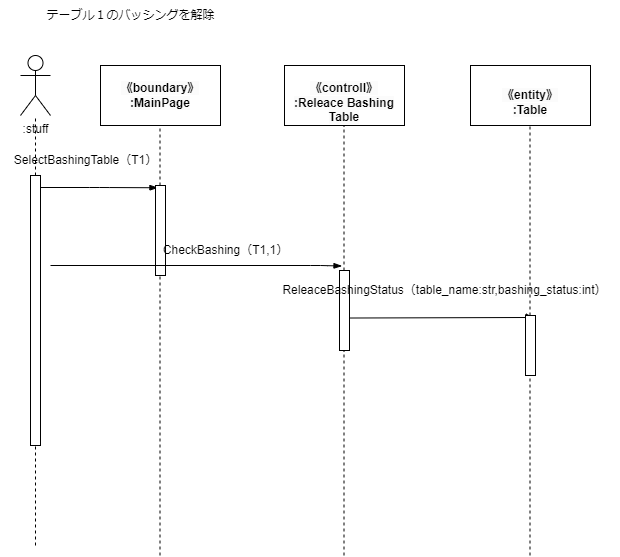
This is psp4/シーケンス図/シーケンス図_バッシング.drawio.png from MasakiHiguchi/---, a draw.io export, as it was before one commit. Source tidied: cells renumbered, new cells last; positions are measured from the earlier drawing's top-left corner, leaving out a move shared by most shapes. Source of this version:
```xml
<mxGraphModel>
  <root>
    <mxCell id="0" />
    <mxCell id="1" parent="0" />
    <mxCell id="2" value=":stuff" style="shape=umlActor;verticalLabelPosition=bottom;verticalAlign=top;html=1;outlineConnect=0;" parent="1" vertex="1">
      <mxGeometry x="20" y="55" width="30" height="60" as="geometry" />
    </mxCell>
    <mxCell id="3" value="&lt;span style=&quot;color: rgb(0, 0, 0); font-family: Helvetica; font-size: 12px; font-style: normal; font-variant-ligatures: normal; font-variant-caps: normal; font-weight: 700; letter-spacing: normal; orphans: 2; text-align: center; text-indent: 0px; text-transform: none; widows: 2; word-spacing: 0px; -webkit-text-stroke-width: 0px; background-color: rgb(251, 251, 251); text-decoration-thickness: initial; text-decoration-style: initial; text-decoration-color: initial; float: none; display: inline !important;&quot;&gt;《boundary》&lt;/span&gt;&lt;br style=&quot;border-color: var(--border-color); color: rgb(0, 0, 0); font-family: Helvetica; font-size: 12px; font-style: normal; font-variant-ligatures: normal; font-variant-caps: normal; font-weight: 700; letter-spacing: normal; orphans: 2; text-align: center; text-indent: 0px; text-transform: none; widows: 2; word-spacing: 0px; -webkit-text-stroke-width: 0px; background-color: rgb(251, 251, 251); text-decoration-thickness: initial; text-decoration-style: initial; text-decoration-color: initial;&quot;&gt;&lt;span style=&quot;color: rgb(0, 0, 0); font-family: Helvetica; font-size: 12px; font-style: normal; font-variant-ligatures: normal; font-variant-caps: normal; font-weight: 700; letter-spacing: normal; orphans: 2; text-align: center; text-indent: 0px; text-transform: none; widows: 2; word-spacing: 0px; -webkit-text-stroke-width: 0px; background-color: rgb(251, 251, 251); text-decoration-thickness: initial; text-decoration-style: initial; text-decoration-color: initial; float: none; display: inline !important;&quot;&gt;:MainPage&lt;/span&gt;" style="rounded=0;whiteSpace=wrap;html=1;" parent="1" vertex="1">
      <mxGeometry x="100" y="65" width="120" height="60" as="geometry" />
    </mxCell>
    <mxCell id="4" value="&lt;br&gt;&lt;span style=&quot;color: rgb(0, 0, 0); font-family: Helvetica; font-size: 12px; font-style: normal; font-variant-ligatures: normal; font-variant-caps: normal; font-weight: 700; letter-spacing: normal; orphans: 2; text-align: center; text-indent: 0px; text-transform: none; widows: 2; word-spacing: 0px; -webkit-text-stroke-width: 0px; background-color: rgb(251, 251, 251); text-decoration-thickness: initial; text-decoration-style: initial; text-decoration-color: initial; float: none; display: inline !important;&quot;&gt;《controll》&lt;/span&gt;&lt;br style=&quot;border-color: var(--border-color); color: rgb(0, 0, 0); font-family: Helvetica; font-size: 12px; font-style: normal; font-variant-ligatures: normal; font-variant-caps: normal; font-weight: 700; letter-spacing: normal; orphans: 2; text-align: center; text-indent: 0px; text-transform: none; widows: 2; word-spacing: 0px; -webkit-text-stroke-width: 0px; background-color: rgb(251, 251, 251); text-decoration-thickness: initial; text-decoration-style: initial; text-decoration-color: initial;&quot;&gt;&lt;span style=&quot;color: rgb(0, 0, 0); font-family: Helvetica; font-size: 12px; font-style: normal; font-variant-ligatures: normal; font-variant-caps: normal; font-weight: 700; letter-spacing: normal; orphans: 2; text-align: center; text-indent: 0px; text-transform: none; widows: 2; word-spacing: 0px; -webkit-text-stroke-width: 0px; background-color: rgb(251, 251, 251); text-decoration-thickness: initial; text-decoration-style: initial; text-decoration-color: initial; float: none; display: inline !important;&quot;&gt;:Releace Bashing Table&lt;/span&gt;" style="rounded=0;whiteSpace=wrap;html=1;" parent="1" vertex="1">
      <mxGeometry x="284" y="65" width="120" height="60" as="geometry" />
    </mxCell>
    <mxCell id="5" value="&lt;br&gt;&lt;span style=&quot;color: rgb(0, 0, 0); font-family: Helvetica; font-size: 12px; font-style: normal; font-variant-ligatures: normal; font-variant-caps: normal; font-weight: 700; letter-spacing: normal; orphans: 2; text-align: center; text-indent: 0px; text-transform: none; widows: 2; word-spacing: 0px; -webkit-text-stroke-width: 0px; background-color: rgb(251, 251, 251); text-decoration-thickness: initial; text-decoration-style: initial; text-decoration-color: initial; float: none; display: inline !important;&quot;&gt;《entity》&lt;/span&gt;&lt;br style=&quot;border-color: var(--border-color); color: rgb(0, 0, 0); font-family: Helvetica; font-size: 12px; font-style: normal; font-variant-ligatures: normal; font-variant-caps: normal; font-weight: 700; letter-spacing: normal; orphans: 2; text-align: center; text-indent: 0px; text-transform: none; widows: 2; word-spacing: 0px; -webkit-text-stroke-width: 0px; background-color: rgb(251, 251, 251); text-decoration-thickness: initial; text-decoration-style: initial; text-decoration-color: initial;&quot;&gt;&lt;span style=&quot;color: rgb(0, 0, 0); font-family: Helvetica; font-size: 12px; font-style: normal; font-variant-ligatures: normal; font-variant-caps: normal; font-weight: 700; letter-spacing: normal; orphans: 2; text-align: center; text-indent: 0px; text-transform: none; widows: 2; word-spacing: 0px; -webkit-text-stroke-width: 0px; background-color: rgb(251, 251, 251); text-decoration-thickness: initial; text-decoration-style: initial; text-decoration-color: initial; float: none; display: inline !important;&quot;&gt;:Table&lt;/span&gt;" style="rounded=0;whiteSpace=wrap;html=1;" parent="1" vertex="1">
      <mxGeometry x="470" y="65" width="120" height="60" as="geometry" />
    </mxCell>
    <mxCell id="6" style="endArrow=none;dashed=1;html=1;startArrow=none;" parent="1" edge="1" source="11" target="2">
      <mxGeometry relative="1" as="geometry" />
    </mxCell>
    <mxCell id="7" style="endArrow=none;dashed=1;html=1;startArrow=none;" parent="1" edge="1" source="15">
      <mxGeometry relative="1" as="geometry">
        <mxPoint x="159.5" y="125" as="targetPoint" />
      </mxGeometry>
    </mxCell>
    <mxCell id="8" style="endArrow=none;dashed=1;html=1;startArrow=none;" parent="1" edge="1" source="22">
      <mxGeometry relative="1" as="geometry">
        <mxPoint x="529.5" y="125" as="targetPoint" />
      </mxGeometry>
    </mxCell>
    <mxCell id="9" style="endArrow=none;dashed=1;html=1;startArrow=none;" parent="1" edge="1" source="18">
      <mxGeometry relative="1" as="geometry">
        <mxPoint x="343.5" y="125" as="targetPoint" />
      </mxGeometry>
    </mxCell>
    <mxCell id="10" style="endArrow=none;dashed=1;html=1;" parent="1" edge="1" target="11">
      <mxGeometry relative="1" as="geometry">
        <mxPoint x="35" y="545" as="sourcePoint" />
      </mxGeometry>
    </mxCell>
    <mxCell id="11" style="html=1;points=[];perimeter=orthogonalPerimeter;" parent="1" vertex="1">
      <mxGeometry x="30" y="175" width="10" height="270" as="geometry" />
    </mxCell>
    <mxCell id="12" style="edgeStyle=elbowEdgeStyle;fontSize=12;html=1;endArrow=blockThin;endFill=1;entryX=0.245;entryY=0.025;entryDx=0;entryDy=0;entryPerimeter=0;" parent="1" edge="1" target="15">
      <mxGeometry relative="1" as="geometry">
        <mxPoint x="40" y="187" as="sourcePoint" />
      </mxGeometry>
    </mxCell>
    <mxCell id="13" value="&lt;span style=&quot;text-align: left;&quot;&gt;SelectBashingTable（T1）&lt;/span&gt;" style="text;html=1;align=center;verticalAlign=middle;strokeColor=none;fillColor=none;" parent="1" vertex="1">
      <mxGeometry y="145" width="170" height="30" as="geometry" />
    </mxCell>
    <mxCell id="14" style="endArrow=none;dashed=1;html=1;" parent="1" edge="1" target="15">
      <mxGeometry relative="1" as="geometry">
        <mxPoint x="159.5" y="555" as="sourcePoint" />
      </mxGeometry>
    </mxCell>
    <mxCell id="15" style="html=1;points=[];perimeter=orthogonalPerimeter;" parent="1" vertex="1">
      <mxGeometry x="155" y="185" width="10" height="90" as="geometry" />
    </mxCell>
    <mxCell id="16" style="endArrow=none;dashed=1;html=1;" parent="1" edge="1" target="18">
      <mxGeometry relative="1" as="geometry">
        <mxPoint x="343.5" y="555" as="sourcePoint" />
      </mxGeometry>
    </mxCell>
    <mxCell id="17" style="edgeStyle=none;html=1;exitX=0.95;exitY=0.594;exitDx=0;exitDy=0;exitPerimeter=0;entryX=0.85;entryY=0.033;entryDx=0;entryDy=0;entryPerimeter=0;" parent="1" edge="1" source="18" target="22">
      <mxGeometry relative="1" as="geometry" />
    </mxCell>
    <mxCell id="18" style="html=1;points=[];perimeter=orthogonalPerimeter;" parent="1" vertex="1">
      <mxGeometry x="339" y="270" width="10" height="80" as="geometry" />
    </mxCell>
    <mxCell id="19" style="edgeStyle=elbowEdgeStyle;fontSize=12;html=1;endArrow=blockThin;endFill=1;entryX=0.25;entryY=-0.056;entryDx=0;entryDy=0;entryPerimeter=0;" parent="1" edge="1" target="18">
      <mxGeometry relative="1" as="geometry">
        <mxPoint x="50" y="265" as="sourcePoint" />
        <Array as="points">
          <mxPoint x="320" y="295" />
        </Array>
      </mxGeometry>
    </mxCell>
    <mxCell id="20" value="&lt;span style=&quot;text-align: left;&quot;&gt;CheckBashing（T1,1）&lt;/span&gt;" style="text;html=1;align=center;verticalAlign=middle;strokeColor=none;fillColor=none;" parent="1" vertex="1">
      <mxGeometry x="150" y="235" width="150" height="30" as="geometry" />
    </mxCell>
    <mxCell id="21" style="endArrow=none;dashed=1;html=1;" parent="1" edge="1" target="22">
      <mxGeometry relative="1" as="geometry">
        <mxPoint x="529.5" y="555" as="sourcePoint" />
      </mxGeometry>
    </mxCell>
    <mxCell id="22" style="html=1;points=[];perimeter=orthogonalPerimeter;" parent="1" vertex="1">
      <mxGeometry x="525" y="315" width="10" height="60" as="geometry" />
    </mxCell>
    <mxCell id="23" value="&lt;span style=&quot;text-align: left;&quot;&gt;ReleaceBashingStatus（table_name:str,bashing_status:int）&lt;/span&gt;" style="text;html=1;align=center;verticalAlign=middle;strokeColor=none;fillColor=none;" parent="1" vertex="1">
      <mxGeometry x="269" y="275" width="350" height="30" as="geometry" />
    </mxCell>
    <mxCell id="24" value="テーブル１のバッシングを解除" style="text;html=1;align=center;verticalAlign=middle;strokeColor=none;fillColor=none;" parent="1" vertex="1">
      <mxGeometry x="35" width="190" height="30" as="geometry" />
    </mxCell>
  </root>
</mxGraphModel>
```
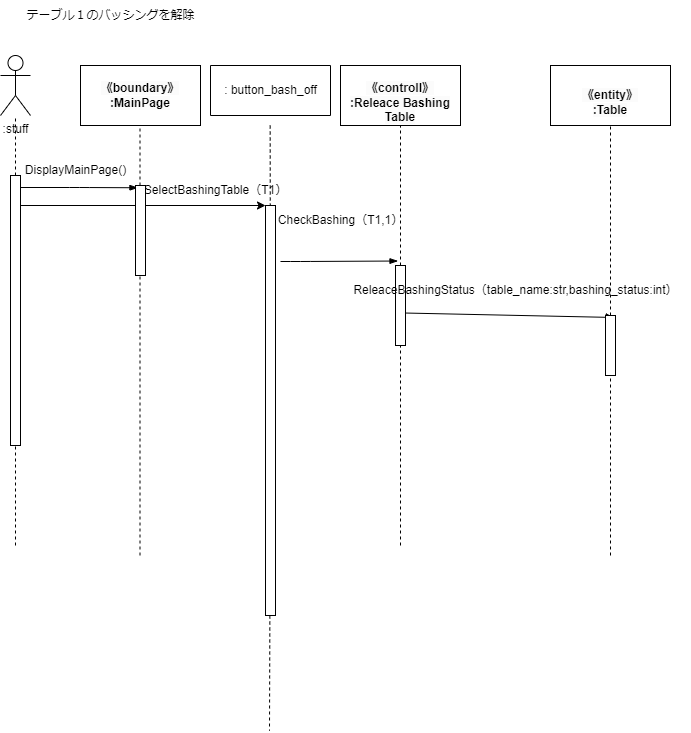
The same diagram one commit later.

Diff of the diagram source:
```diff
@@ -9,10 +9,10 @@
       <mxGeometry x="100" y="65" width="120" height="60" as="geometry" />
     </mxCell>
     <mxCell id="4" value="&lt;br&gt;&lt;span style=&quot;color: rgb(0, 0, 0); font-family: Helvetica; font-size: 12px; font-style: normal; font-variant-ligatures: normal; font-variant-caps: normal; font-weight: 700; letter-spacing: normal; orphans: 2; text-align: center; text-indent: 0px; text-transform: none; widows: 2; word-spacing: 0px; -webkit-text-stroke-width: 0px; background-color: rgb(251, 251, 251); text-decoration-thickness: initial; text-decoration-style: initial; text-decoration-color: initial; float: none; display: inline !important;&quot;&gt;《controll》&lt;/span&gt;&lt;br style=&quot;border-color: var(--border-color); color: rgb(0, 0, 0); font-family: Helvetica; font-size: 12px; font-style: normal; font-variant-ligatures: normal; font-variant-caps: normal; font-weight: 700; letter-spacing: normal; orphans: 2; text-align: center; text-indent: 0px; text-transform: none; widows: 2; word-spacing: 0px; -webkit-text-stroke-width: 0px; background-color: rgb(251, 251, 251); text-decoration-thickness: initial; text-decoration-style: initial; text-decoration-color: initial;&quot;&gt;&lt;span style=&quot;color: rgb(0, 0, 0); font-family: Helvetica; font-size: 12px; font-style: normal; font-variant-ligatures: normal; font-variant-caps: normal; font-weight: 700; letter-spacing: normal; orphans: 2; text-align: center; text-indent: 0px; text-transform: none; widows: 2; word-spacing: 0px; -webkit-text-stroke-width: 0px; background-color: rgb(251, 251, 251); text-decoration-thickness: initial; text-decoration-style: initial; text-decoration-color: initial; float: none; display: inline !important;&quot;&gt;:Releace Bashing Table&lt;/span&gt;" style="rounded=0;whiteSpace=wrap;html=1;" parent="1" vertex="1">
-      <mxGeometry x="284" y="65" width="120" height="60" as="geometry" />
+      <mxGeometry x="360" y="65" width="120" height="60" as="geometry" />
     </mxCell>
     <mxCell id="5" value="&lt;br&gt;&lt;span style=&quot;color: rgb(0, 0, 0); font-family: Helvetica; font-size: 12px; font-style: normal; font-variant-ligatures: normal; font-variant-caps: normal; font-weight: 700; letter-spacing: normal; orphans: 2; text-align: center; text-indent: 0px; text-transform: none; widows: 2; word-spacing: 0px; -webkit-text-stroke-width: 0px; background-color: rgb(251, 251, 251); text-decoration-thickness: initial; text-decoration-style: initial; text-decoration-color: initial; float: none; display: inline !important;&quot;&gt;《entity》&lt;/span&gt;&lt;br style=&quot;border-color: var(--border-color); color: rgb(0, 0, 0); font-family: Helvetica; font-size: 12px; font-style: normal; font-variant-ligatures: normal; font-variant-caps: normal; font-weight: 700; letter-spacing: normal; orphans: 2; text-align: center; text-indent: 0px; text-transform: none; widows: 2; word-spacing: 0px; -webkit-text-stroke-width: 0px; background-color: rgb(251, 251, 251); text-decoration-thickness: initial; text-decoration-style: initial; text-decoration-color: initial;&quot;&gt;&lt;span style=&quot;color: rgb(0, 0, 0); font-family: Helvetica; font-size: 12px; font-style: normal; font-variant-ligatures: normal; font-variant-caps: normal; font-weight: 700; letter-spacing: normal; orphans: 2; text-align: center; text-indent: 0px; text-transform: none; widows: 2; word-spacing: 0px; -webkit-text-stroke-width: 0px; background-color: rgb(251, 251, 251); text-decoration-thickness: initial; text-decoration-style: initial; text-decoration-color: initial; float: none; display: inline !important;&quot;&gt;:Table&lt;/span&gt;" style="rounded=0;whiteSpace=wrap;html=1;" parent="1" vertex="1">
-      <mxGeometry x="470" y="65" width="120" height="60" as="geometry" />
+      <mxGeometry x="570" y="65" width="120" height="60" as="geometry" />
     </mxCell>
     <mxCell id="6" style="endArrow=none;dashed=1;html=1;startArrow=none;" parent="1" edge="1" source="11" target="2">
       <mxGeometry relative="1" as="geometry" />
@@ -22,21 +22,20 @@
         <mxPoint x="159.5" y="125" as="targetPoint" />
       </mxGeometry>
     </mxCell>
-    <mxCell id="8" style="endArrow=none;dashed=1;html=1;startArrow=none;" parent="1" edge="1" source="22">
-      <mxGeometry relative="1" as="geometry">
-        <mxPoint x="529.5" y="125" as="targetPoint" />
-      </mxGeometry>
+    <mxCell id="8" style="endArrow=none;dashed=1;html=1;startArrow=none;entryX=0.5;entryY=1;entryDx=0;entryDy=0;" parent="1" edge="1" source="22" target="5">
+      <mxGeometry relative="1" as="geometry" />
     </mxCell>
-    <mxCell id="9" style="endArrow=none;dashed=1;html=1;startArrow=none;" parent="1" edge="1" source="18">
-      <mxGeometry relative="1" as="geometry">
-        <mxPoint x="343.5" y="125" as="targetPoint" />
-      </mxGeometry>
+    <mxCell id="9" style="endArrow=none;dashed=1;html=1;startArrow=none;entryX=0.5;entryY=1;entryDx=0;entryDy=0;" parent="1" edge="1" source="18" target="4">
+      <mxGeometry relative="1" as="geometry" />
     </mxCell>
     <mxCell id="10" style="endArrow=none;dashed=1;html=1;" parent="1" edge="1" target="11">
       <mxGeometry relative="1" as="geometry">
         <mxPoint x="35" y="545" as="sourcePoint" />
       </mxGeometry>
     </mxCell>
+    <mxCell id="25" style="edgeStyle=none;html=1;entryX=0;entryY=0;entryDx=0;entryDy=0;" parent="1" edge="1" source="11" target="30">
+      <mxGeometry relative="1" as="geometry" />
+    </mxCell>
     <mxCell id="11" style="html=1;points=[];perimeter=orthogonalPerimeter;" parent="1" vertex="1">
       <mxGeometry x="30" y="175" width="10" height="270" as="geometry" />
     </mxCell>
@@ -46,7 +45,7 @@
       </mxGeometry>
     </mxCell>
     <mxCell id="13" value="&lt;span style=&quot;text-align: left;&quot;&gt;SelectBashingTable（T1）&lt;/span&gt;" style="text;html=1;align=center;verticalAlign=middle;strokeColor=none;fillColor=none;" parent="1" vertex="1">
-      <mxGeometry y="145" width="170" height="30" as="geometry" />
+      <mxGeometry x="150" y="175" width="170" height="30" as="geometry" />
     </mxCell>
     <mxCell id="14" style="endArrow=none;dashed=1;html=1;" parent="1" edge="1" target="15">
       <mxGeometry relative="1" as="geometry">
@@ -58,39 +57,61 @@
     </mxCell>
     <mxCell id="16" style="endArrow=none;dashed=1;html=1;" parent="1" edge="1" target="18">
       <mxGeometry relative="1" as="geometry">
-        <mxPoint x="343.5" y="555" as="sourcePoint" />
+        <mxPoint x="420" y="545" as="sourcePoint" />
       </mxGeometry>
     </mxCell>
     <mxCell id="17" style="edgeStyle=none;html=1;exitX=0.95;exitY=0.594;exitDx=0;exitDy=0;exitPerimeter=0;entryX=0.85;entryY=0.033;entryDx=0;entryDy=0;entryPerimeter=0;" parent="1" edge="1" source="18" target="22">
       <mxGeometry relative="1" as="geometry" />
     </mxCell>
     <mxCell id="18" style="html=1;points=[];perimeter=orthogonalPerimeter;" parent="1" vertex="1">
-      <mxGeometry x="339" y="270" width="10" height="80" as="geometry" />
+      <mxGeometry x="415" y="265" width="10" height="80" as="geometry" />
     </mxCell>
     <mxCell id="19" style="edgeStyle=elbowEdgeStyle;fontSize=12;html=1;endArrow=blockThin;endFill=1;entryX=0.25;entryY=-0.056;entryDx=0;entryDy=0;entryPerimeter=0;" parent="1" edge="1" target="18">
       <mxGeometry relative="1" as="geometry">
-        <mxPoint x="50" y="265" as="sourcePoint" />
+        <mxPoint x="300" y="261" as="sourcePoint" />
         <Array as="points">
           <mxPoint x="320" y="295" />
         </Array>
       </mxGeometry>
     </mxCell>
     <mxCell id="20" value="&lt;span style=&quot;text-align: left;&quot;&gt;CheckBashing（T1,1）&lt;/span&gt;" style="text;html=1;align=center;verticalAlign=middle;strokeColor=none;fillColor=none;" parent="1" vertex="1">
-      <mxGeometry x="150" y="235" width="150" height="30" as="geometry" />
+      <mxGeometry x="285" y="205" width="150" height="30" as="geometry" />
     </mxCell>
     <mxCell id="21" style="endArrow=none;dashed=1;html=1;" parent="1" edge="1" target="22">
       <mxGeometry relative="1" as="geometry">
-        <mxPoint x="529.5" y="555" as="sourcePoint" />
+        <mxPoint x="630" y="555" as="sourcePoint" />
       </mxGeometry>
     </mxCell>
     <mxCell id="22" style="html=1;points=[];perimeter=orthogonalPerimeter;" parent="1" vertex="1">
-      <mxGeometry x="525" y="315" width="10" height="60" as="geometry" />
+      <mxGeometry x="625" y="315" width="10" height="60" as="geometry" />
     </mxCell>
     <mxCell id="23" value="&lt;span style=&quot;text-align: left;&quot;&gt;ReleaceBashingStatus（table_name:str,bashing_status:int）&lt;/span&gt;" style="text;html=1;align=center;verticalAlign=middle;strokeColor=none;fillColor=none;" parent="1" vertex="1">
-      <mxGeometry x="269" y="275" width="350" height="30" as="geometry" />
+      <mxGeometry x="360" y="275" width="350" height="30" as="geometry" />
     </mxCell>
     <mxCell id="24" value="テーブル１のバッシングを解除" style="text;html=1;align=center;verticalAlign=middle;strokeColor=none;fillColor=none;" parent="1" vertex="1">
       <mxGeometry x="35" width="190" height="30" as="geometry" />
     </mxCell>
+    <mxCell id="26" style="edgeStyle=none;html=1;endArrow=none;endFill=0;dashed=1;startArrow=none;" parent="1" edge="1" source="30">
+      <mxGeometry relative="1" as="geometry">
+        <mxPoint x="289" y="730.3" as="targetPoint" />
+      </mxGeometry>
+    </mxCell>
+    <mxCell id="27" style="swimlane;startSize=0;" parent="1" vertex="1">
+      <mxGeometry x="230" y="65" width="120" height="50" as="geometry" />
+    </mxCell>
+    <mxCell id="28" value=": button_bash_off" style="text;html=1;align=center;verticalAlign=middle;strokeColor=none;fillColor=none;" parent="27" vertex="1">
+      <mxGeometry y="10" width="120" height="30" as="geometry" />
+    </mxCell>
+    <mxCell id="29" style="edgeStyle=none;html=1;endArrow=none;endFill=0;dashed=1;" parent="1" edge="1" target="30">
+      <mxGeometry relative="1" as="geometry">
+        <mxPoint x="289.7" y="125" as="sourcePoint" />
+      </mxGeometry>
+    </mxCell>
+    <mxCell id="30" style="rounded=0;whiteSpace=wrap;html=1;" parent="1" vertex="1">
+      <mxGeometry x="285" y="205" width="10" height="410" as="geometry" />
+    </mxCell>
+    <mxCell id="31" value="DisplayMainPage()" style="text;html=1;align=center;verticalAlign=middle;strokeColor=none;fillColor=none;" parent="1" vertex="1">
+      <mxGeometry x="35" y="155" width="120" height="30" as="geometry" />
+    </mxCell>
   </root>
 </mxGraphModel>
```
